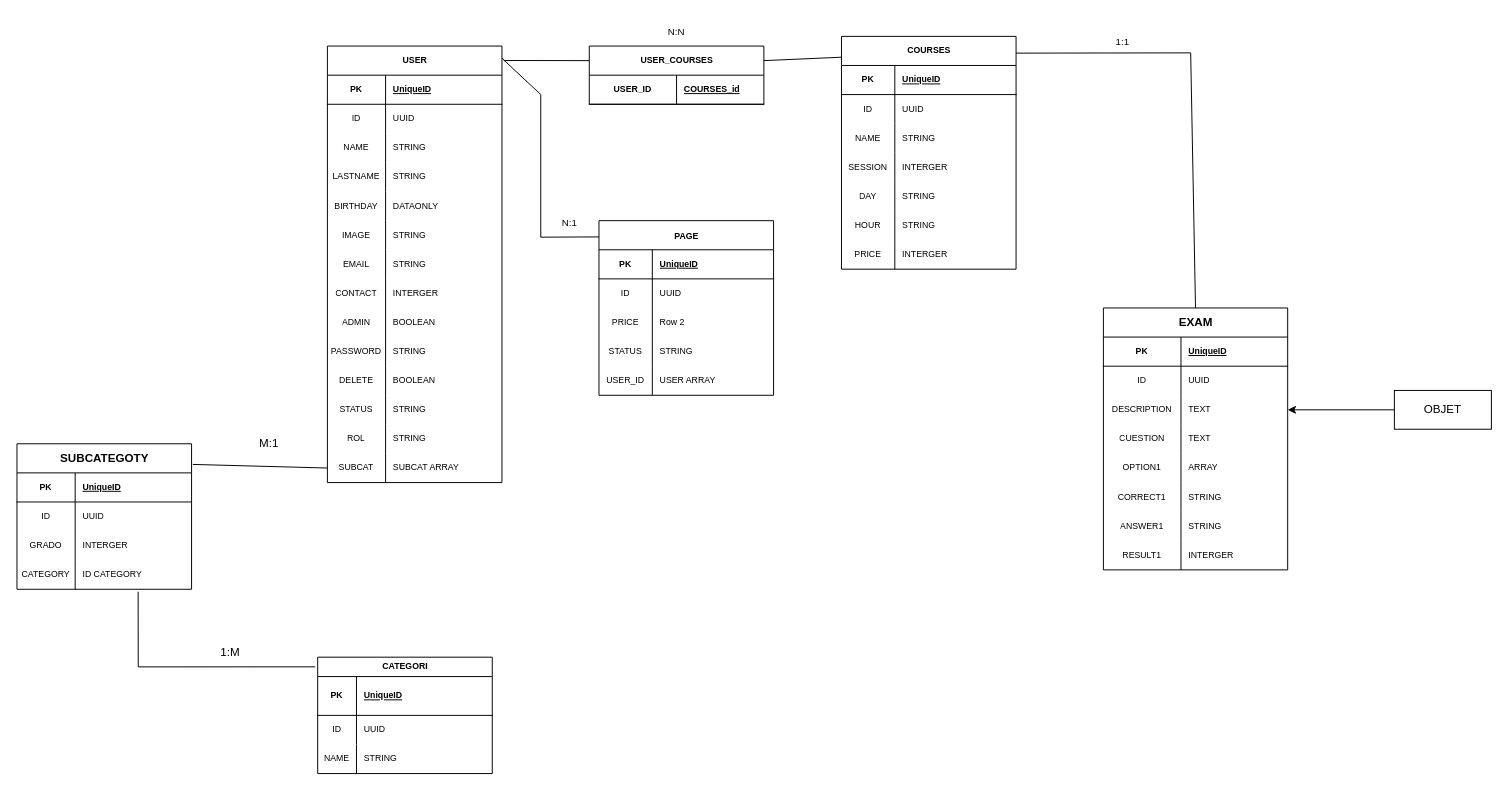
This is Diagrama sin título.drawio from AndresAndrada/AndresAndrada, a draw.io file, before an edit. Source tidied: cells renumbered, new cells numbered last; positions are measured from the earlier drawing's top-left corner, leaving out a move shared by most shapes. Both pictures are drawn from the tidied source at 97%, with x=0, y=0 at pixel (16, 16).
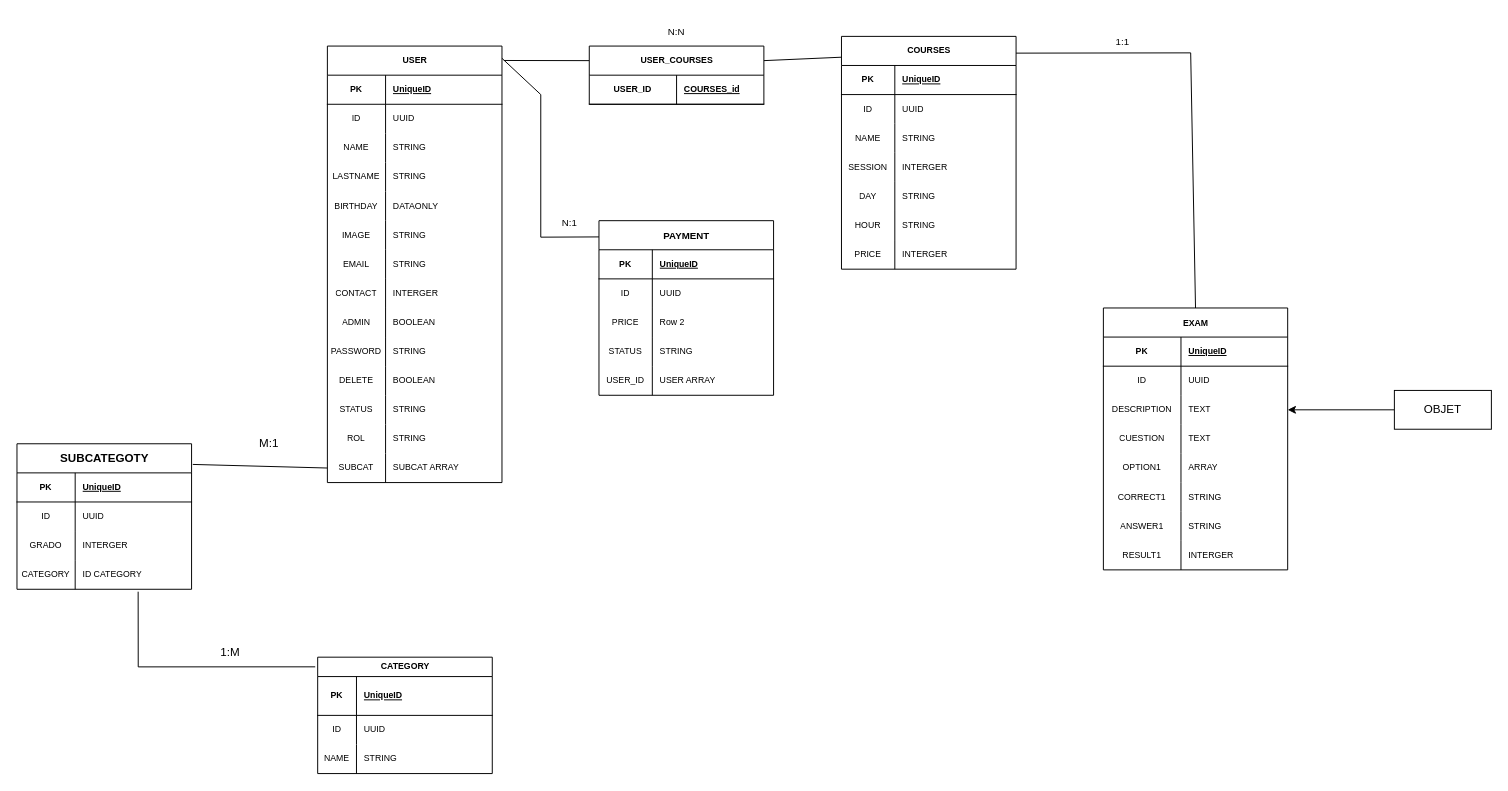
The same diagram, later.

Change to the diagram source:
```diff
@@
-    <mxCell id="69" value="CATEGORI" style="shape=table;startSize=20;childLayout=tableLayout;rowLines=0;fontStyle=1;align=center;html=1;fontSize=9;" parent="1" vertex="1">
+    <mxCell id="69" value="CATEGORY" style="shape=table;startSize=20;childLayout=tableLayout;rowLines=0;fontStyle=1;align=center;html=1;fontSize=9;" parent="1" vertex="1">
       <mxGeometry x="310" y="660" width="180" height="120" as="geometry" />
     </mxCell>
@@
-    <mxCell id="86" value="&lt;font style=&quot;font-size: 9px;&quot;&gt;PAGE&lt;/font&gt;" style="shape=table;startSize=30;childLayout=tableLayout;rowLines=0;fontStyle=1;align=center;html=1;" parent="1" vertex="1">
+    <mxCell id="86" value="&lt;font size=&quot;1&quot;&gt;PAYMENT&lt;/font&gt;" style="shape=table;startSize=30;childLayout=tableLayout;rowLines=0;fontStyle=1;align=center;html=1;" parent="1" vertex="1">
       <mxGeometry x="600" y="210" width="180" height="180" as="geometry" />
     </mxCell>
@@
-    <mxCell id="104" value="EXAM" style="shape=table;startSize=30;childLayout=tableLayout;rowLines=0;fontStyle=1;align=center;html=1;" parent="1" vertex="1">
+    <mxCell id="104" value="&lt;font style=&quot;font-size: 9px;&quot;&gt;EXAM&lt;/font&gt;" style="shape=table;startSize=30;childLayout=tableLayout;rowLines=0;fontStyle=1;align=center;html=1;" parent="1" vertex="1">
       <mxGeometry x="1120" y="300" width="190" height="270" as="geometry" />
     </mxCell>
```
